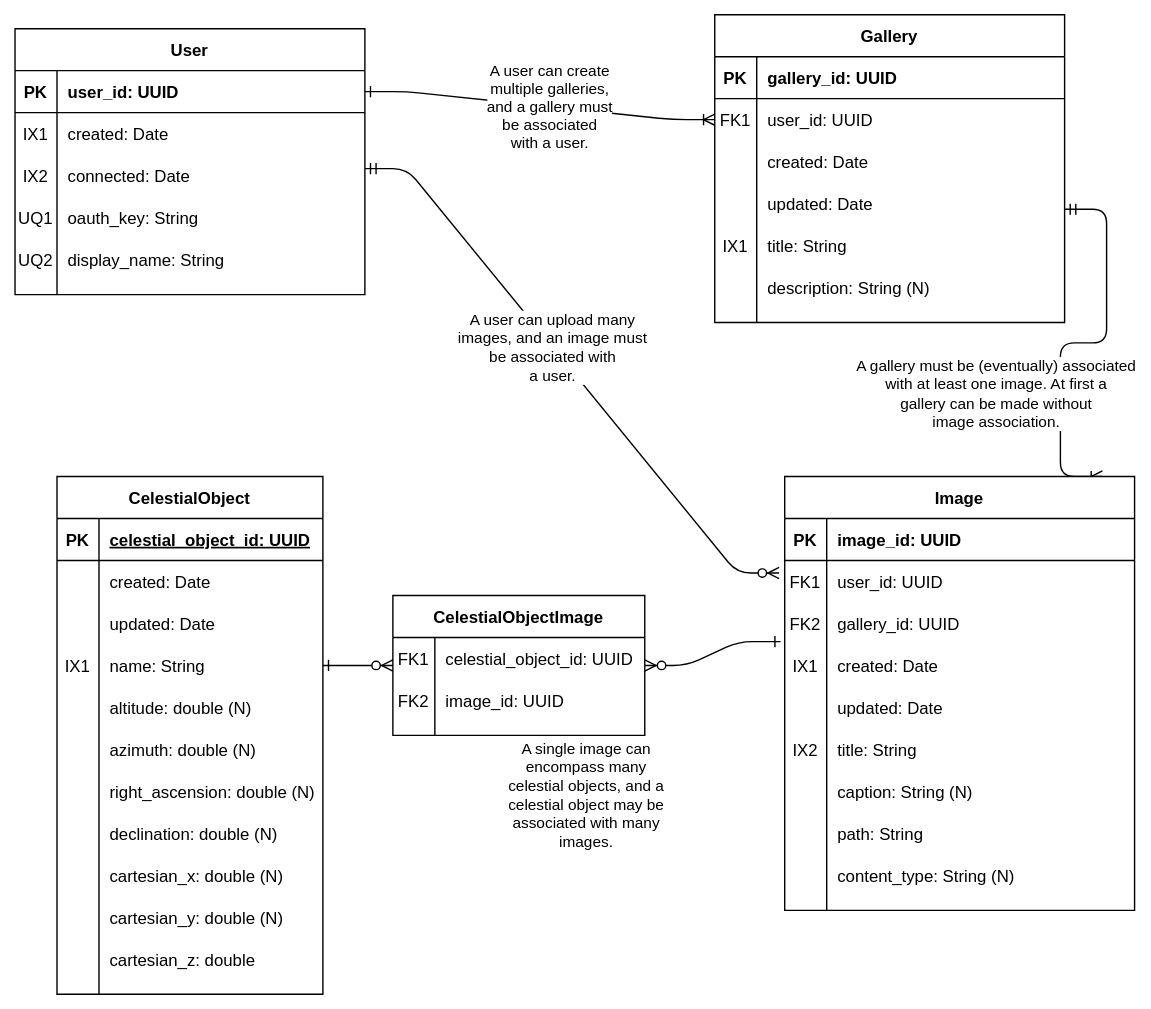
The draw.io diagram docs/img/erd.svg in north-star-sharing/north-star-sharing.github.io, before a commit. Source tidied: cells renumbered, new cells last; positions are measured from the earlier drawing's top-left corner, leaving out a move shared by most shapes.
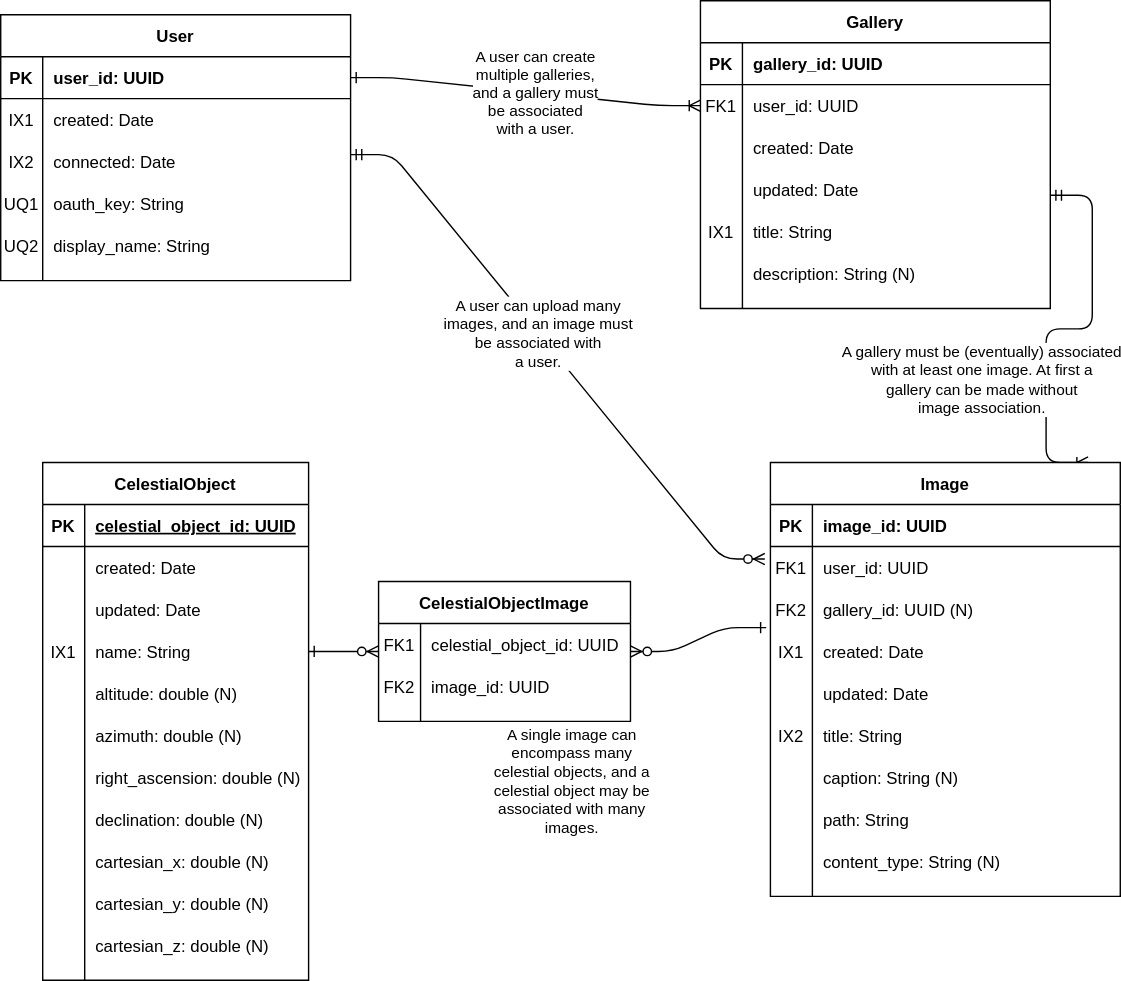
After the commit.

The edit, as a diff of the source:
```diff
@@ -103,7 +103,7 @@
     <mxCell id="33" value="FK2" style="shape=partialRectangle;overflow=hidden;fillColor=none;top=0;left=0;bottom=0;right=0;" parent="32" vertex="1">
       <mxGeometry width="30" height="30" as="geometry" />
     </mxCell>
-    <mxCell id="34" value="gallery_id: UUID" style="shape=partialRectangle;overflow=hidden;fillColor=none;top=0;left=0;bottom=0;right=0;align=left;spacingLeft=6;" parent="32" vertex="1">
+    <mxCell id="34" value="gallery_id: UUID (N)" style="shape=partialRectangle;overflow=hidden;fillColor=none;top=0;left=0;bottom=0;right=0;align=left;spacingLeft=6;" parent="32" vertex="1">
       <mxGeometry x="30" width="220" height="30" as="geometry" />
     </mxCell>
     <mxCell id="35" style="shape=partialRectangle;fillColor=none;points=[[0,0.5],[1,0.5]];portConstraint=eastwest;top=0;left=0;right=0;bottom=0;" parent="25" vertex="1">
@@ -315,7 +315,7 @@
     <mxCell id="103" style="shape=partialRectangle;overflow=hidden;fillColor=none;top=0;left=0;bottom=0;right=0;" parent="102" vertex="1">
       <mxGeometry width="30" height="30" as="geometry" />
     </mxCell>
-    <mxCell id="104" value="cartesian_z: double" style="shape=partialRectangle;overflow=hidden;fillColor=none;top=0;left=0;bottom=0;right=0;align=left;spacingLeft=6;" parent="102" vertex="1">
+    <mxCell id="104" value="cartesian_z: double (N)" style="shape=partialRectangle;overflow=hidden;fillColor=none;top=0;left=0;bottom=0;right=0;align=left;spacingLeft=6;" parent="102" vertex="1">
       <mxGeometry x="30" width="160" height="30" as="geometry" />
     </mxCell>
     <mxCell id="105" style="edgeStyle=entityRelationEdgeStyle;fontSize=12;html=1;endArrow=ERzeroToMany;startArrow=ERone;exitX=1;exitY=0.5;exitDx=0;exitDy=0;entryX=0;entryY=0.5;entryDx=0;entryDy=0;startFill=0;endFill=1;" parent="1" edge="1" source="81" target="107">
```
